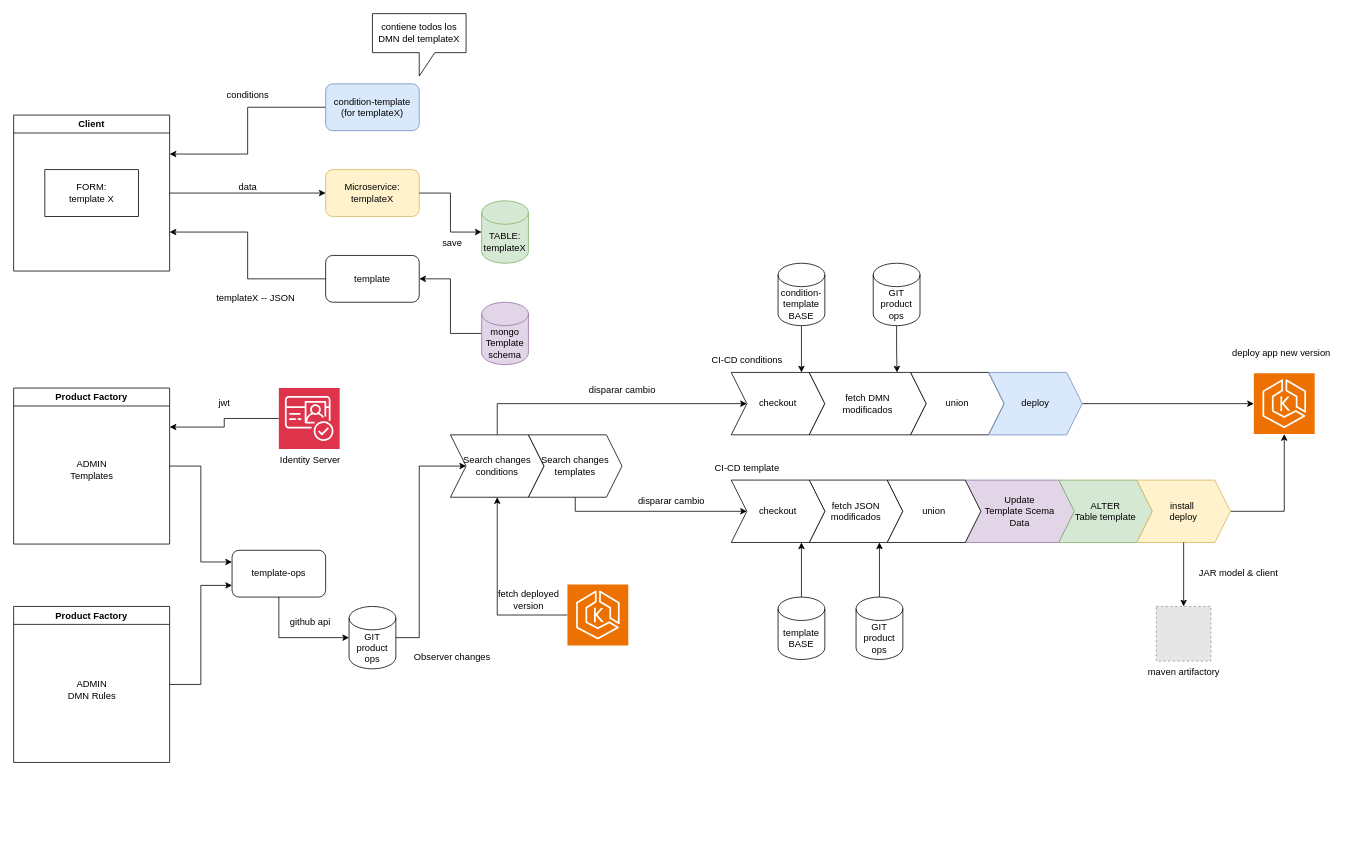
This is fabrica-productos.drawio from saman-core/docs, a draw.io file, before an edit. Source tidied: cells renumbered, new cells numbered last; positions are measured from the earlier drawing's top-left corner, leaving out a move shared by most shapes. Both pictures are drawn from the tidied source at 78%, with x=0, y=0 at pixel (13, 13). Pictures stored in the file or linked from it are replaced by grey dashed boxes.
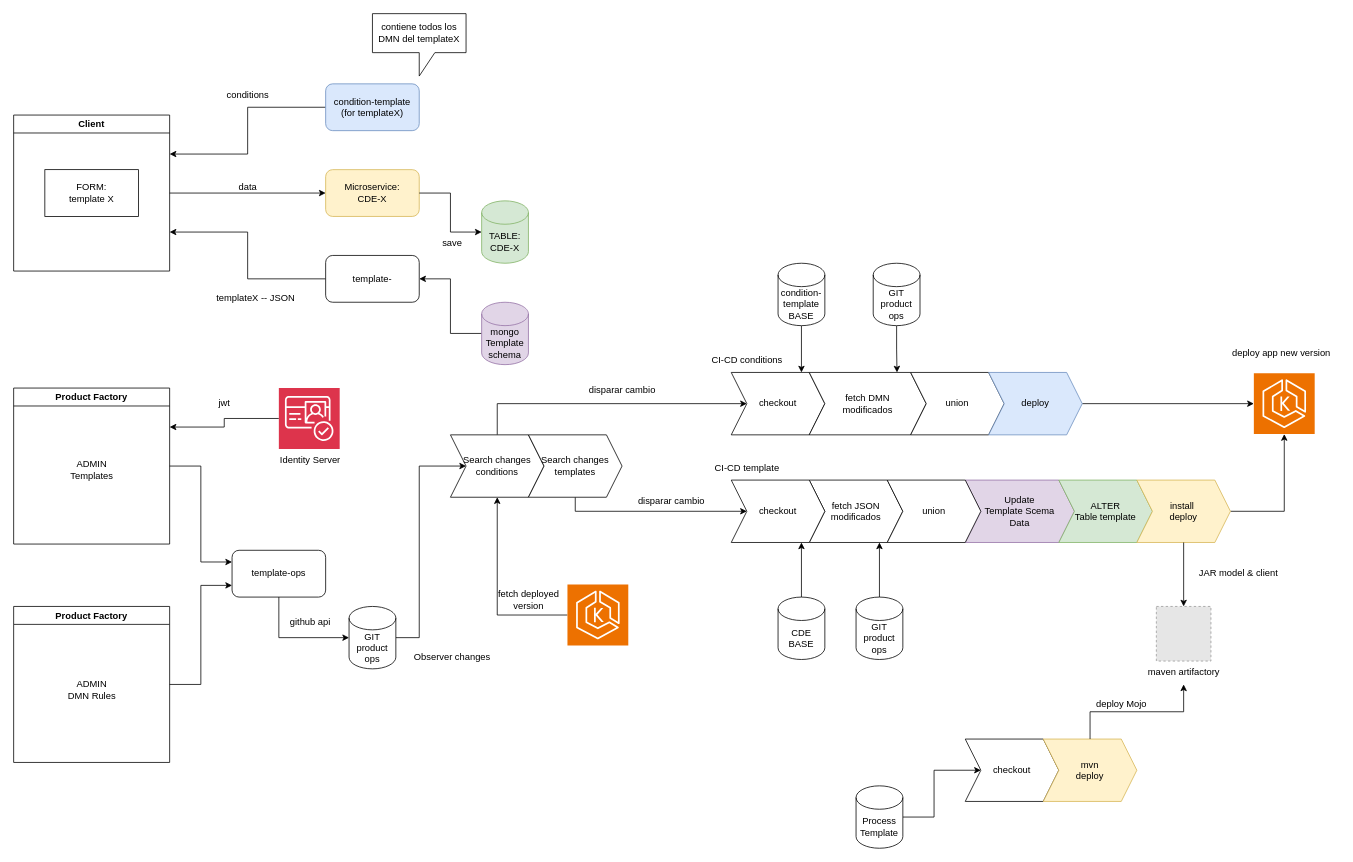
Above is the later version.

The change refers to these unchanged cells:
```xml
<mxCell id="64" value="maven artifactory" style="text;html=1;align=center;verticalAlign=middle;points=[];strokeColor=none;fillColor=none;" parent="1" vertex="1">
  <mxGeometry x="1440" y="830" width="120" height="30" as="geometry" />
</mxCell>
```

Diff of the diagram source:
```diff
@@
-    <mxCell id="17" value="template" style="rounded=1;whiteSpace=wrap;html=1;" parent="1" vertex="1">
+    <mxCell id="17" value="template-" style="rounded=1;whiteSpace=wrap;html=1;" parent="1" vertex="1">
       <mxGeometry x="400" y="310" width="120" height="60" as="geometry" />
     </mxCell>
@@
-    <mxCell id="25" value="Microservice:&lt;br&gt;templateX" style="rounded=1;whiteSpace=wrap;html=1;fillColor=#fff2cc;strokeColor=#d6b656;" parent="1" vertex="1">
+    <mxCell id="25" value="Microservice:&lt;br&gt;CDE-X" style="rounded=1;whiteSpace=wrap;html=1;fillColor=#fff2cc;strokeColor=#d6b656;" parent="1" vertex="1">
       <mxGeometry x="400" y="200" width="120" height="60" as="geometry" />
     </mxCell>
@@
-    <mxCell id="27" value="TABLE:&lt;br&gt;templateX" style="shape=cylinder3;whiteSpace=wrap;html=1;boundedLbl=1;backgroundOutline=1;size=15;fillColor=#d5e8d4;strokeColor=#82b366;" parent="1" vertex="1">
+    <mxCell id="27" value="TABLE:&lt;br&gt;CDE-X" style="shape=cylinder3;whiteSpace=wrap;html=1;boundedLbl=1;backgroundOutline=1;size=15;fillColor=#d5e8d4;strokeColor=#82b366;" parent="1" vertex="1">
       <mxGeometry x="600" y="240" width="60" height="80" as="geometry" />
     </mxCell>
@@
-    <mxCell id="45" value="template&lt;br&gt;BASE" style="shape=cylinder3;whiteSpace=wrap;html=1;boundedLbl=1;backgroundOutline=1;size=15;" parent="1" vertex="1">
+    <mxCell id="45" value="CDE&lt;br&gt;BASE" style="shape=cylinder3;whiteSpace=wrap;html=1;boundedLbl=1;backgroundOutline=1;size=15;" parent="1" vertex="1">
       <mxGeometry x="980" y="748" width="60" height="80" as="geometry" />
     </mxCell>
@@
+    <mxCell id="72" style="edgeStyle=orthogonalEdgeStyle;rounded=0;jettySize=auto;html=1;entryX=0;entryY=0.5;entryDx=0;entryDy=0;" parent="1" edge="1" source="73" target="74">
+      <mxGeometry relative="1" as="geometry" />
+    </mxCell>
+    <mxCell id="73" value="Process&lt;br&gt;Template" style="shape=cylinder3;whiteSpace=wrap;html=1;boundedLbl=1;backgroundOutline=1;size=15;" parent="1" vertex="1">
+      <mxGeometry x="1080" y="990" width="60" height="80" as="geometry" />
+    </mxCell>
+    <mxCell id="74" value="checkout" style="shape=step;perimeter=stepPerimeter;whiteSpace=wrap;html=1;fixedSize=1;" parent="1" vertex="1">
+      <mxGeometry x="1220" y="930" width="120" height="80" as="geometry" />
+    </mxCell>
+    <mxCell id="75" value="mvn&lt;br&gt;deploy" style="shape=step;perimeter=stepPerimeter;whiteSpace=wrap;html=1;fixedSize=1;fillColor=#fff2cc;strokeColor=#d6b656;" parent="1" vertex="1">
+      <mxGeometry x="1320" y="930" width="120" height="80" as="geometry" />
+    </mxCell>
+    <mxCell id="76" style="edgeStyle=orthogonalEdgeStyle;rounded=0;jettySize=auto;html=1;entryX=0.5;entryY=1;entryDx=0;entryDy=0;entryPerimeter=0;" parent="1" edge="1" source="75" target="64">
+      <mxGeometry relative="1" as="geometry" />
+    </mxCell>
+    <mxCell id="77" value="deploy Mojo" style="text;html=1;align=center;verticalAlign=middle;strokeColor=none;fillColor=none;" parent="1" vertex="1">
+      <mxGeometry x="1375" y="870" width="90" height="30" as="geometry" />
+    </mxCell>
```
